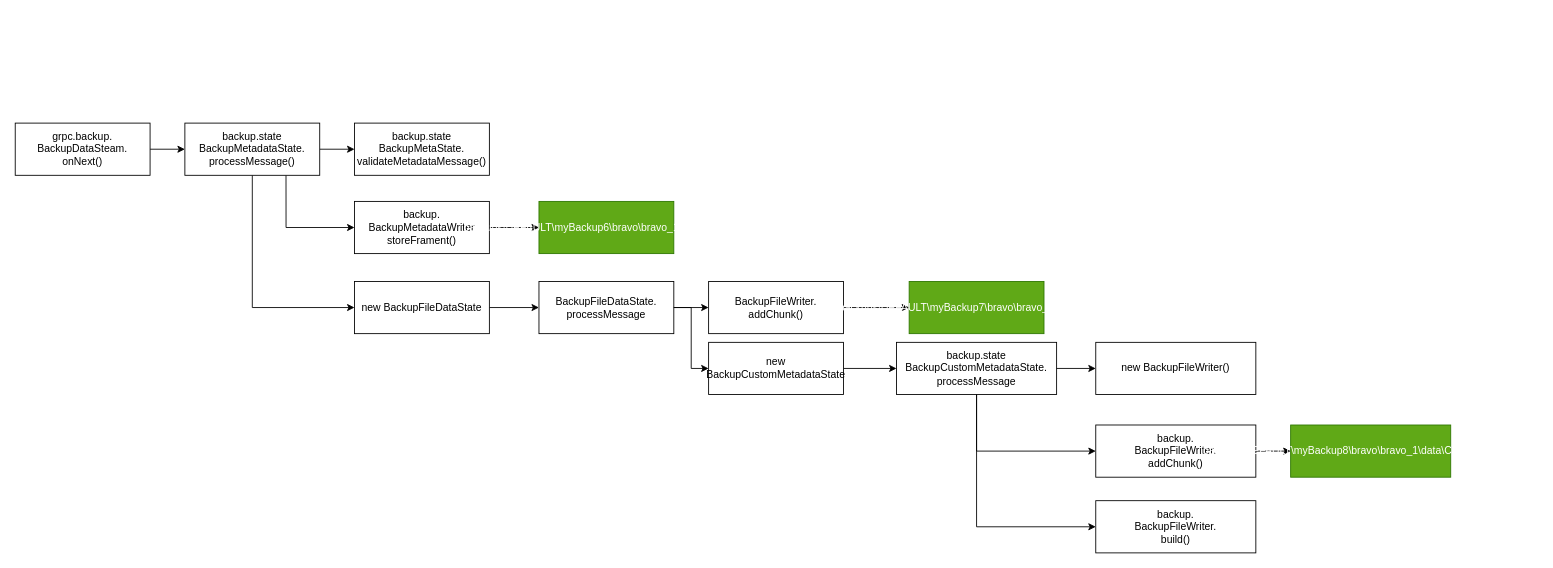
Above: page "create_backup_2" (3 of 4) of BRO-Post-Action.drawio in Albert-W/Draw_io (draw.io), before the change. Source tidied: cells renumbered, new cells numbered last; positions are measured from the earlier drawing's top-left corner, leaving out a move shared by most shapes. Both pictures are drawn from the tidied source at 87%, with x=0, y=0 at pixel (15, 123).
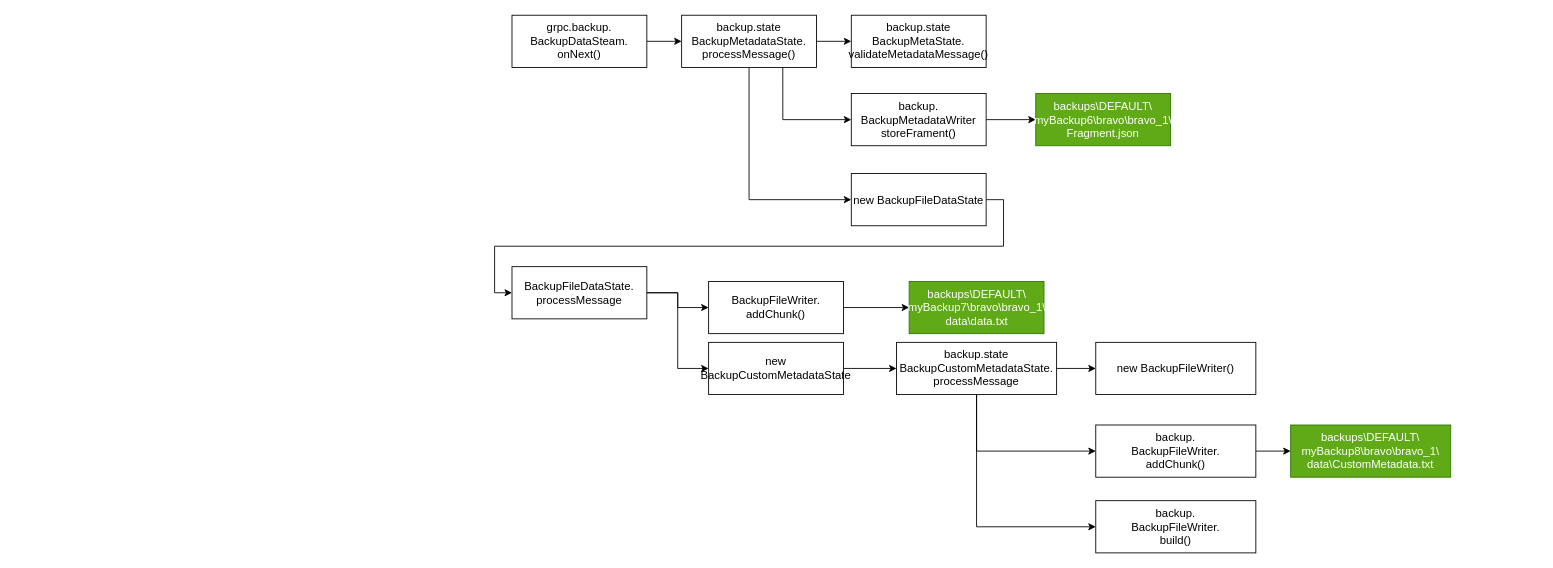
The same diagram, later.

Diff of the diagram source:
```diff
@@
-    <mxCell id="2" style="edgeStyle=orthogonalEdgeStyle;rounded=0;jettySize=auto;html=1;endArrow=classic;endFill=1;" parent="1" edge="1" source="3" target="7">
+    <mxCell id="2" style="edgeStyle=orthogonalEdgeStyle;rounded=0;jettySize=auto;html=1;endArrow=classic;endFill=1;fontSize=13;" parent="1" edge="1" source="3" target="7">
       <mxGeometry relative="1" as="geometry" />
     </mxCell>
-    <mxCell id="3" value="&lt;div&gt;grpc.backup.&lt;/div&gt;&lt;div&gt;BackupDataSteam.&lt;/div&gt;&lt;div&gt;onNext()&lt;br&gt;&lt;/div&gt;" style="whiteSpace=wrap;html=1;align=center;newEdgeStyle={&quot;edgeStyle&quot;:&quot;elbowEdgeStyle&quot;,&quot;startArrow&quot;:&quot;none&quot;,&quot;endArrow&quot;:&quot;none&quot;};labelBackgroundColor=#;" parent="1" vertex="1">
-      <mxGeometry width="155" height="60" as="geometry" />
+    <mxCell id="3" value="&lt;div style=&quot;font-size: 13px;&quot;&gt;grpc.backup.&lt;/div&gt;&lt;div style=&quot;font-size: 13px;&quot;&gt;BackupDataSteam.&lt;/div&gt;&lt;div style=&quot;font-size: 13px;&quot;&gt;onNext()&lt;br style=&quot;font-size: 13px;&quot;&gt;&lt;/div&gt;" style="whiteSpace=wrap;html=1;align=center;newEdgeStyle={&quot;edgeStyle&quot;:&quot;elbowEdgeStyle&quot;,&quot;startArrow&quot;:&quot;none&quot;,&quot;endArrow&quot;:&quot;none&quot;};labelBackgroundColor=#;fontSize=13;" parent="1" vertex="1">
+      <mxGeometry x="571" y="-124" width="155" height="60" as="geometry" />
     </mxCell>
-    <mxCell id="4" style="edgeStyle=orthogonalEdgeStyle;rounded=0;jettySize=auto;html=1;exitX=1;exitY=0.5;exitDx=0;exitDy=0;endArrow=classic;endFill=1;" parent="1" edge="1" source="7" target="8">
+    <mxCell id="4" style="edgeStyle=orthogonalEdgeStyle;rounded=0;jettySize=auto;html=1;exitX=1;exitY=0.5;exitDx=0;exitDy=0;endArrow=classic;endFill=1;fontSize=13;" parent="1" edge="1" source="7" target="8">
       <mxGeometry relative="1" as="geometry" />
     </mxCell>
-    <mxCell id="5" style="edgeStyle=orthogonalEdgeStyle;rounded=0;jettySize=auto;html=1;exitX=0.75;exitY=1;exitDx=0;exitDy=0;entryX=0;entryY=0.5;entryDx=0;entryDy=0;endArrow=classic;endFill=1;" parent="1" edge="1" source="7" target="10">
+    <mxCell id="5" style="edgeStyle=orthogonalEdgeStyle;rounded=0;jettySize=auto;html=1;exitX=0.75;exitY=1;exitDx=0;exitDy=0;entryX=0;entryY=0.5;entryDx=0;entryDy=0;endArrow=classic;endFill=1;fontSize=13;" parent="1" edge="1" source="7" target="10">
       <mxGeometry relative="1" as="geometry" />
     </mxCell>
-    <mxCell id="6" style="edgeStyle=orthogonalEdgeStyle;rounded=0;jettySize=auto;html=1;exitX=0.5;exitY=1;exitDx=0;exitDy=0;entryX=0;entryY=0.5;entryDx=0;entryDy=0;endArrow=classic;endFill=1;" parent="1" edge="1" source="7" target="12">
+    <mxCell id="6" style="edgeStyle=orthogonalEdgeStyle;rounded=0;jettySize=auto;html=1;exitX=0.5;exitY=1;exitDx=0;exitDy=0;entryX=0;entryY=0.5;entryDx=0;entryDy=0;endArrow=classic;endFill=1;fontSize=13;" parent="1" edge="1" source="7" target="12">
       <mxGeometry relative="1" as="geometry" />
     </mxCell>
-    <mxCell id="7" value="&lt;div&gt;backup.state&lt;br&gt;&lt;/div&gt;&lt;div&gt;BackupMetadataState.&lt;/div&gt;&lt;div&gt;processMessage()&lt;br&gt;&lt;/div&gt;" style="whiteSpace=wrap;html=1;align=center;newEdgeStyle={&quot;edgeStyle&quot;:&quot;elbowEdgeStyle&quot;,&quot;startArrow&quot;:&quot;none&quot;,&quot;endArrow&quot;:&quot;none&quot;};labelBackgroundColor=#;" parent="1" vertex="1">
-      <mxGeometry x="195" width="155" height="60" as="geometry" />
+    <mxCell id="7" value="&lt;div style=&quot;font-size: 13px;&quot;&gt;backup.state&lt;br style=&quot;font-size: 13px;&quot;&gt;&lt;/div&gt;&lt;div style=&quot;font-size: 13px;&quot;&gt;BackupMetadataState.&lt;/div&gt;&lt;div style=&quot;font-size: 13px;&quot;&gt;processMessage()&lt;br style=&quot;font-size: 13px;&quot;&gt;&lt;/div&gt;" style="whiteSpace=wrap;html=1;align=center;newEdgeStyle={&quot;edgeStyle&quot;:&quot;elbowEdgeStyle&quot;,&quot;startArrow&quot;:&quot;none&quot;,&quot;endArrow&quot;:&quot;none&quot;};labelBackgroundColor=#;fontSize=13;" parent="1" vertex="1">
+      <mxGeometry x="766" y="-124" width="155" height="60" as="geometry" />
     </mxCell>
-    <mxCell id="8" value="&lt;div&gt;backup.state&lt;/div&gt;&lt;div&gt;BackupMetaState.&lt;/div&gt;&lt;div&gt;validateMetadataMessage()&lt;br&gt;&lt;/div&gt;" style="whiteSpace=wrap;html=1;align=center;newEdgeStyle={&quot;edgeStyle&quot;:&quot;elbowEdgeStyle&quot;,&quot;startArrow&quot;:&quot;none&quot;,&quot;endArrow&quot;:&quot;none&quot;};labelBackgroundColor=#;" parent="1" vertex="1">
-      <mxGeometry x="390" width="155" height="60" as="geometry" />
+    <mxCell id="8" value="&lt;div style=&quot;font-size: 13px;&quot;&gt;backup.state&lt;/div&gt;&lt;div style=&quot;font-size: 13px;&quot;&gt;BackupMetaState.&lt;/div&gt;&lt;div style=&quot;font-size: 13px;&quot;&gt;validateMetadataMessage()&lt;br style=&quot;font-size: 13px;&quot;&gt;&lt;/div&gt;" style="whiteSpace=wrap;html=1;align=center;newEdgeStyle={&quot;edgeStyle&quot;:&quot;elbowEdgeStyle&quot;,&quot;startArrow&quot;:&quot;none&quot;,&quot;endArrow&quot;:&quot;none&quot;};labelBackgroundColor=#;fontSize=13;" parent="1" vertex="1">
+      <mxGeometry x="961" y="-124" width="155" height="60" as="geometry" />
     </mxCell>
-    <mxCell id="9" style="edgeStyle=orthogonalEdgeStyle;rounded=0;jettySize=auto;html=1;exitX=1;exitY=0.5;exitDx=0;exitDy=0;entryX=0;entryY=0.5;entryDx=0;entryDy=0;entryPerimeter=0;endArrow=classic;endFill=1;" parent="1" edge="1" source="10" target="13">
+    <mxCell id="9" style="edgeStyle=orthogonalEdgeStyle;rounded=0;jettySize=auto;html=1;exitX=1;exitY=0.5;exitDx=0;exitDy=0;entryX=0;entryY=0.5;entryDx=0;entryDy=0;entryPerimeter=0;endArrow=classic;endFill=1;fontSize=13;" parent="1" edge="1" source="10" target="13">
       <mxGeometry relative="1" as="geometry" />
     </mxCell>
-    <mxCell id="10" value="&lt;div&gt;backup.&lt;/div&gt;&lt;div&gt;BackupMetadataWriter&lt;/div&gt;&lt;div&gt;storeFrament()&lt;br&gt;&lt;/div&gt;" style="whiteSpace=wrap;html=1;align=center;newEdgeStyle={&quot;edgeStyle&quot;:&quot;elbowEdgeStyle&quot;,&quot;startArrow&quot;:&quot;none&quot;,&quot;endArrow&quot;:&quot;none&quot;};labelBackgroundColor=#;" parent="1" vertex="1">
-      <mxGeometry x="390" y="90" width="155" height="60" as="geometry" />
+    <mxCell id="10" value="&lt;div style=&quot;font-size: 13px;&quot;&gt;backup.&lt;/div&gt;&lt;div style=&quot;font-size: 13px;&quot;&gt;BackupMetadataWriter&lt;/div&gt;&lt;div style=&quot;font-size: 13px;&quot;&gt;storeFrament()&lt;br style=&quot;font-size: 13px;&quot;&gt;&lt;/div&gt;" style="whiteSpace=wrap;html=1;align=center;newEdgeStyle={&quot;edgeStyle&quot;:&quot;elbowEdgeStyle&quot;,&quot;startArrow&quot;:&quot;none&quot;,&quot;endArrow&quot;:&quot;none&quot;};labelBackgroundColor=#;fontSize=13;" parent="1" vertex="1">
+      <mxGeometry x="961" y="-34" width="155" height="60" as="geometry" />
     </mxCell>
-    <mxCell id="11" style="edgeStyle=orthogonalEdgeStyle;rounded=0;jettySize=auto;html=1;exitX=1;exitY=0.5;exitDx=0;exitDy=0;entryX=0;entryY=0.5;entryDx=0;entryDy=0;endArrow=classic;endFill=1;" parent="1" edge="1" source="12" target="14">
+    <mxCell id="11" style="edgeStyle=orthogonalEdgeStyle;rounded=0;jettySize=auto;html=1;exitX=1;exitY=0.5;exitDx=0;exitDy=0;entryX=0;entryY=0.5;entryDx=0;entryDy=0;endArrow=classic;endFill=1;fontSize=13;" parent="1" edge="1" source="12" target="14">
       <mxGeometry relative="1" as="geometry" />
     </mxCell>
-    <mxCell id="12" value="new BackupFileDataState" style="whiteSpace=wrap;html=1;align=center;newEdgeStyle={&quot;edgeStyle&quot;:&quot;elbowEdgeStyle&quot;,&quot;startArrow&quot;:&quot;none&quot;,&quot;endArrow&quot;:&quot;none&quot;};labelBackgroundColor=#;" parent="1" vertex="1">
-      <mxGeometry x="390" y="182" width="155" height="60" as="geometry" />
+    <mxCell id="12" value="new BackupFileDataState" style="whiteSpace=wrap;html=1;align=center;newEdgeStyle={&quot;edgeStyle&quot;:&quot;elbowEdgeStyle&quot;,&quot;startArrow&quot;:&quot;none&quot;,&quot;endArrow&quot;:&quot;none&quot;};labelBackgroundColor=#;fontSize=13;" parent="1" vertex="1">
+      <mxGeometry x="961" y="58" width="155" height="60" as="geometry" />
     </mxCell>
-    <mxCell id="13" value="backups\DEFAULT\myBackup6\bravo\bravo_1\Fragment.json" style="whiteSpace=wrap;html=1;align=center;newEdgeStyle={&quot;edgeStyle&quot;:&quot;elbowEdgeStyle&quot;,&quot;startArrow&quot;:&quot;none&quot;,&quot;endArrow&quot;:&quot;none&quot;};labelBackgroundColor=#;fillColor=#60a917;strokeColor=#2D7600;fontColor=#ffffff;" parent="1" vertex="1">
-      <mxGeometry x="602" y="90" width="155" height="60" as="geometry" />
+    <mxCell id="13" value="backups\DEFAULT\&lt;br style=&quot;font-size: 13px;&quot;&gt;myBackup6\bravo\bravo_1\&lt;br style=&quot;font-size: 13px;&quot;&gt;Fragment.json" style="whiteSpace=wrap;html=1;align=center;newEdgeStyle={&quot;edgeStyle&quot;:&quot;elbowEdgeStyle&quot;,&quot;startArrow&quot;:&quot;none&quot;,&quot;endArrow&quot;:&quot;none&quot;};labelBackgroundColor=#;fillColor=#60a917;strokeColor=#2D7600;fontColor=#ffffff;fontSize=13;" parent="1" vertex="1">
+      <mxGeometry x="1173" y="-34" width="155" height="60" as="geometry" />
     </mxCell>
-    <mxCell id="14" value="&lt;div&gt;BackupFileDataState.&lt;/div&gt;&lt;div&gt;processMessage&lt;br&gt;&lt;/div&gt;" style="whiteSpace=wrap;html=1;align=center;newEdgeStyle={&quot;edgeStyle&quot;:&quot;elbowEdgeStyle&quot;,&quot;startArrow&quot;:&quot;none&quot;,&quot;endArrow&quot;:&quot;none&quot;};labelBackgroundColor=#;" parent="1" vertex="1">
-      <mxGeometry x="602" y="182" width="155" height="60" as="geometry" />
+    <mxCell id="14" value="&lt;div style=&quot;font-size: 13px;&quot;&gt;BackupFileDataState.&lt;/div&gt;&lt;div style=&quot;font-size: 13px;&quot;&gt;processMessage&lt;br style=&quot;font-size: 13px;&quot;&gt;&lt;/div&gt;" style="whiteSpace=wrap;html=1;align=center;newEdgeStyle={&quot;edgeStyle&quot;:&quot;elbowEdgeStyle&quot;,&quot;startArrow&quot;:&quot;none&quot;,&quot;endArrow&quot;:&quot;none&quot;};labelBackgroundColor=#;fontSize=13;" parent="1" vertex="1">
+      <mxGeometry x="571" y="165" width="155" height="60" as="geometry" />
     </mxCell>
-    <mxCell id="15" value="&lt;div&gt;backup.state&lt;/div&gt;&lt;div&gt;BackupCustomMetadataState.&lt;/div&gt;&lt;div&gt;processMessage&lt;br&gt;&lt;/div&gt;" style="whiteSpace=wrap;html=1;align=center;newEdgeStyle={&quot;edgeStyle&quot;:&quot;elbowEdgeStyle&quot;,&quot;startArrow&quot;:&quot;none&quot;,&quot;endArrow&quot;:&quot;none&quot;};labelBackgroundColor=#;" parent="1" vertex="1">
+    <mxCell id="15" value="&lt;div style=&quot;font-size: 13px;&quot;&gt;backup.state&lt;/div&gt;&lt;div style=&quot;font-size: 13px;&quot;&gt;BackupCustomMetadataState.&lt;/div&gt;&lt;div style=&quot;font-size: 13px;&quot;&gt;processMessage&lt;br style=&quot;font-size: 13px;&quot;&gt;&lt;/div&gt;" style="whiteSpace=wrap;html=1;align=center;newEdgeStyle={&quot;edgeStyle&quot;:&quot;elbowEdgeStyle&quot;,&quot;startArrow&quot;:&quot;none&quot;,&quot;endArrow&quot;:&quot;none&quot;};labelBackgroundColor=#;fontSize=13;" parent="1" vertex="1">
       <mxGeometry x="1013" y="252" width="184" height="60" as="geometry" />
     </mxCell>
-    <mxCell id="16" style="edgeStyle=orthogonalEdgeStyle;rounded=0;jettySize=auto;html=1;endArrow=classic;endFill=1;" parent="1" edge="1" source="15" target="17">
+    <mxCell id="16" style="edgeStyle=orthogonalEdgeStyle;rounded=0;jettySize=auto;html=1;endArrow=classic;endFill=1;fontSize=13;" parent="1" edge="1" source="15" target="17">
       <mxGeometry relative="1" as="geometry" />
     </mxCell>
-    <mxCell id="17" value="new BackupFileWriter()" style="whiteSpace=wrap;html=1;align=center;newEdgeStyle={&quot;edgeStyle&quot;:&quot;elbowEdgeStyle&quot;,&quot;startArrow&quot;:&quot;none&quot;,&quot;endArrow&quot;:&quot;none&quot;};labelBackgroundColor=#;" parent="1" vertex="1">
+    <mxCell id="17" value="new BackupFileWriter()" style="whiteSpace=wrap;html=1;align=center;newEdgeStyle={&quot;edgeStyle&quot;:&quot;elbowEdgeStyle&quot;,&quot;startArrow&quot;:&quot;none&quot;,&quot;endArrow&quot;:&quot;none&quot;};labelBackgroundColor=#;fontSize=13;" parent="1" vertex="1">
       <mxGeometry x="1242" y="252" width="184" height="60" as="geometry" />
     </mxCell>
-    <mxCell id="18" style="edgeStyle=orthogonalEdgeStyle;rounded=0;jettySize=auto;html=1;endArrow=classic;endFill=1;" parent="1" edge="1" source="15" target="19">
+    <mxCell id="18" style="edgeStyle=orthogonalEdgeStyle;rounded=0;jettySize=auto;html=1;endArrow=classic;endFill=1;fontSize=13;" parent="1" edge="1" source="15" target="19">
       <mxGeometry relative="1" as="geometry">
         <Array as="points">
           <mxPoint x="1394" y="377" />
         </Array>
       </mxGeometry>
     </mxCell>
-    <mxCell id="19" value="&lt;div&gt;backup.&lt;br&gt;&lt;/div&gt;&lt;div&gt;BackupFileWriter.&lt;/div&gt;&lt;div&gt;addChunk()&lt;br&gt;&lt;/div&gt;" style="whiteSpace=wrap;html=1;align=center;newEdgeStyle={&quot;edgeStyle&quot;:&quot;elbowEdgeStyle&quot;,&quot;startArrow&quot;:&quot;none&quot;,&quot;endArrow&quot;:&quot;none&quot;};labelBackgroundColor=#;" parent="1" vertex="1">
+    <mxCell id="19" value="&lt;div style=&quot;font-size: 13px;&quot;&gt;backup.&lt;br style=&quot;font-size: 13px;&quot;&gt;&lt;/div&gt;&lt;div style=&quot;font-size: 13px;&quot;&gt;BackupFileWriter.&lt;/div&gt;&lt;div style=&quot;font-size: 13px;&quot;&gt;addChunk()&lt;br style=&quot;font-size: 13px;&quot;&gt;&lt;/div&gt;" style="whiteSpace=wrap;html=1;align=center;newEdgeStyle={&quot;edgeStyle&quot;:&quot;elbowEdgeStyle&quot;,&quot;startArrow&quot;:&quot;none&quot;,&quot;endArrow&quot;:&quot;none&quot;};labelBackgroundColor=#;fontSize=13;" parent="1" vertex="1">
       <mxGeometry x="1242" y="347" width="184" height="60" as="geometry" />
     </mxCell>
-    <mxCell id="20" style="edgeStyle=orthogonalEdgeStyle;rounded=0;jettySize=auto;html=1;endArrow=classic;endFill=1;" parent="1" edge="1" source="15" target="21">
+    <mxCell id="20" style="edgeStyle=orthogonalEdgeStyle;rounded=0;jettySize=auto;html=1;endArrow=classic;endFill=1;fontSize=13;" parent="1" edge="1" source="15" target="21">
       <mxGeometry relative="1" as="geometry">
         <Array as="points">
           <mxPoint x="1320" y="464" />
         </Array>
       </mxGeometry>
     </mxCell>
-    <mxCell id="21" value="&lt;div&gt;backup.&lt;br&gt;&lt;/div&gt;&lt;div&gt;BackupFileWriter.&lt;/div&gt;&lt;div&gt;build()&lt;br&gt;&lt;/div&gt;" style="whiteSpace=wrap;html=1;align=center;newEdgeStyle={&quot;edgeStyle&quot;:&quot;elbowEdgeStyle&quot;,&quot;startArrow&quot;:&quot;none&quot;,&quot;endArrow&quot;:&quot;none&quot;};labelBackgroundColor=#;" parent="1" vertex="1">
+    <mxCell id="21" value="&lt;div style=&quot;font-size: 13px;&quot;&gt;backup.&lt;br style=&quot;font-size: 13px;&quot;&gt;&lt;/div&gt;&lt;div style=&quot;font-size: 13px;&quot;&gt;BackupFileWriter.&lt;/div&gt;&lt;div style=&quot;font-size: 13px;&quot;&gt;build()&lt;br style=&quot;font-size: 13px;&quot;&gt;&lt;/div&gt;" style="whiteSpace=wrap;html=1;align=center;newEdgeStyle={&quot;edgeStyle&quot;:&quot;elbowEdgeStyle&quot;,&quot;startArrow&quot;:&quot;none&quot;,&quot;endArrow&quot;:&quot;none&quot;};labelBackgroundColor=#;fontSize=13;" parent="1" vertex="1">
       <mxGeometry x="1242" y="434" width="184" height="60" as="geometry" />
     </mxCell>
-    <mxCell id="22" style="edgeStyle=orthogonalEdgeStyle;rounded=0;jettySize=auto;html=1;exitX=1;exitY=0.5;exitDx=0;exitDy=0;entryX=0;entryY=0.5;entryDx=0;entryDy=0;endArrow=classic;endFill=1;" parent="1" edge="1" source="14" target="23">
+    <mxCell id="22" style="edgeStyle=orthogonalEdgeStyle;rounded=0;jettySize=auto;html=1;exitX=1;exitY=0.5;exitDx=0;exitDy=0;entryX=0;entryY=0.5;entryDx=0;entryDy=0;endArrow=classic;endFill=1;fontSize=13;" parent="1" edge="1" source="14" target="23">
       <mxGeometry relative="1" as="geometry" />
     </mxCell>
-    <mxCell id="23" value="&lt;div&gt;BackupFileWriter.&lt;/div&gt;&lt;div&gt;addChunk()&lt;/div&gt;" style="whiteSpace=wrap;html=1;align=center;newEdgeStyle={&quot;edgeStyle&quot;:&quot;elbowEdgeStyle&quot;,&quot;startArrow&quot;:&quot;none&quot;,&quot;endArrow&quot;:&quot;none&quot;};labelBackgroundColor=#;" parent="1" vertex="1">
+    <mxCell id="23" value="&lt;div style=&quot;font-size: 13px;&quot;&gt;BackupFileWriter.&lt;/div&gt;&lt;div style=&quot;font-size: 13px;&quot;&gt;addChunk()&lt;/div&gt;" style="whiteSpace=wrap;html=1;align=center;newEdgeStyle={&quot;edgeStyle&quot;:&quot;elbowEdgeStyle&quot;,&quot;startArrow&quot;:&quot;none&quot;,&quot;endArrow&quot;:&quot;none&quot;};labelBackgroundColor=#;fontSize=13;" parent="1" vertex="1">
       <mxGeometry x="797" y="182" width="155" height="60" as="geometry" />
     </mxCell>
-    <mxCell id="24" style="edgeStyle=orthogonalEdgeStyle;rounded=0;jettySize=auto;html=1;exitX=1;exitY=0.5;exitDx=0;exitDy=0;entryX=0;entryY=0.5;entryDx=0;entryDy=0;endArrow=classic;endFill=1;" parent="1" edge="1" source="14" target="26">
+    <mxCell id="24" style="edgeStyle=orthogonalEdgeStyle;rounded=0;jettySize=auto;html=1;exitX=1;exitY=0.5;exitDx=0;exitDy=0;entryX=0;entryY=0.5;entryDx=0;entryDy=0;endArrow=classic;endFill=1;fontSize=13;" parent="1" edge="1" source="14" target="26">
       <mxGeometry relative="1" as="geometry" />
     </mxCell>
-    <mxCell id="25" style="edgeStyle=orthogonalEdgeStyle;rounded=0;jettySize=auto;html=1;exitX=1;exitY=0.5;exitDx=0;exitDy=0;entryX=0;entryY=0.5;entryDx=0;entryDy=0;endArrow=classic;endFill=1;" parent="1" edge="1" source="26" target="15">
+    <mxCell id="25" style="edgeStyle=orthogonalEdgeStyle;rounded=0;jettySize=auto;html=1;exitX=1;exitY=0.5;exitDx=0;exitDy=0;entryX=0;entryY=0.5;entryDx=0;entryDy=0;endArrow=classic;endFill=1;fontSize=13;" parent="1" edge="1" source="26" target="15">
       <mxGeometry relative="1" as="geometry" />
     </mxCell>
-    <mxCell id="26" value="new BackupCustomMetadataState" style="whiteSpace=wrap;html=1;align=center;newEdgeStyle={&quot;edgeStyle&quot;:&quot;elbowEdgeStyle&quot;,&quot;startArrow&quot;:&quot;none&quot;,&quot;endArrow&quot;:&quot;none&quot;};labelBackgroundColor=#;" parent="1" vertex="1">
+    <mxCell id="26" value="new BackupCustomMetadataState" style="whiteSpace=wrap;html=1;align=center;newEdgeStyle={&quot;edgeStyle&quot;:&quot;elbowEdgeStyle&quot;,&quot;startArrow&quot;:&quot;none&quot;,&quot;endArrow&quot;:&quot;none&quot;};labelBackgroundColor=#;fontSize=13;" parent="1" vertex="1">
       <mxGeometry x="797" y="252" width="155" height="60" as="geometry" />
     </mxCell>
-    <mxCell id="27" style="edgeStyle=orthogonalEdgeStyle;rounded=0;jettySize=auto;html=1;exitX=1;exitY=0.5;exitDx=0;exitDy=0;entryX=0;entryY=0.5;entryDx=0;entryDy=0;endArrow=classic;endFill=1;" parent="1" edge="1" source="23" target="28">
+    <mxCell id="27" style="edgeStyle=orthogonalEdgeStyle;rounded=0;jettySize=auto;html=1;exitX=1;exitY=0.5;exitDx=0;exitDy=0;entryX=0;entryY=0.5;entryDx=0;entryDy=0;endArrow=classic;endFill=1;fontSize=13;" parent="1" edge="1" source="23" target="28">
       <mxGeometry relative="1" as="geometry" />
     </mxCell>
-    <mxCell id="28" value="backups\DEFAULT\myBackup7\bravo\bravo_1\data\data.txt" style="whiteSpace=wrap;html=1;align=center;newEdgeStyle={&quot;edgeStyle&quot;:&quot;elbowEdgeStyle&quot;,&quot;startArrow&quot;:&quot;none&quot;,&quot;endArrow&quot;:&quot;none&quot;};labelBackgroundColor=#;fillColor=#60a917;strokeColor=#2D7600;fontColor=#ffffff;" parent="1" vertex="1">
+    <mxCell id="28" value="backups\DEFAULT\&lt;br style=&quot;font-size: 13px;&quot;&gt;myBackup7\bravo\bravo_1\&lt;br style=&quot;font-size: 13px;&quot;&gt;data\data.txt" style="whiteSpace=wrap;html=1;align=center;newEdgeStyle={&quot;edgeStyle&quot;:&quot;elbowEdgeStyle&quot;,&quot;startArrow&quot;:&quot;none&quot;,&quot;endArrow&quot;:&quot;none&quot;};labelBackgroundColor=#;fillColor=#60a917;strokeColor=#2D7600;fontColor=#ffffff;fontSize=13;" parent="1" vertex="1">
       <mxGeometry x="1027.5" y="182" width="155" height="60" as="geometry" />
     </mxCell>
-    <mxCell id="29" style="edgeStyle=orthogonalEdgeStyle;rounded=0;jettySize=auto;html=1;endArrow=classic;endFill=1;" parent="1" edge="1" source="19" target="30">
+    <mxCell id="29" style="edgeStyle=orthogonalEdgeStyle;rounded=0;jettySize=auto;html=1;endArrow=classic;endFill=1;fontSize=13;" parent="1" edge="1" source="19" target="30">
       <mxGeometry relative="1" as="geometry">
         <Array as="points">
           <mxPoint x="1394" y="377" />
         </Array>
       </mxGeometry>
     </mxCell>
-    <mxCell id="30" value="backups\DEFAULT\myBackup8\bravo\bravo_1\data\CustomMetadata.txt" style="whiteSpace=wrap;html=1;align=center;newEdgeStyle={&quot;edgeStyle&quot;:&quot;elbowEdgeStyle&quot;,&quot;startArrow&quot;:&quot;none&quot;,&quot;endArrow&quot;:&quot;none&quot;};labelBackgroundColor=#;fillColor=#60a917;strokeColor=#2D7600;fontColor=#ffffff;" parent="1" vertex="1">
+    <mxCell id="30" value="backups\DEFAULT\&lt;br style=&quot;font-size: 13px;&quot;&gt;myBackup8\bravo\bravo_1\&lt;br style=&quot;font-size: 13px;&quot;&gt;data\CustomMetadata.txt" style="whiteSpace=wrap;html=1;align=center;newEdgeStyle={&quot;edgeStyle&quot;:&quot;elbowEdgeStyle&quot;,&quot;startArrow&quot;:&quot;none&quot;,&quot;endArrow&quot;:&quot;none&quot;};labelBackgroundColor=#;fillColor=#60a917;strokeColor=#2D7600;fontColor=#ffffff;fontSize=13;" parent="1" vertex="1">
       <mxGeometry x="1466" y="347" width="184" height="60" as="geometry" />
     </mxCell>
```
